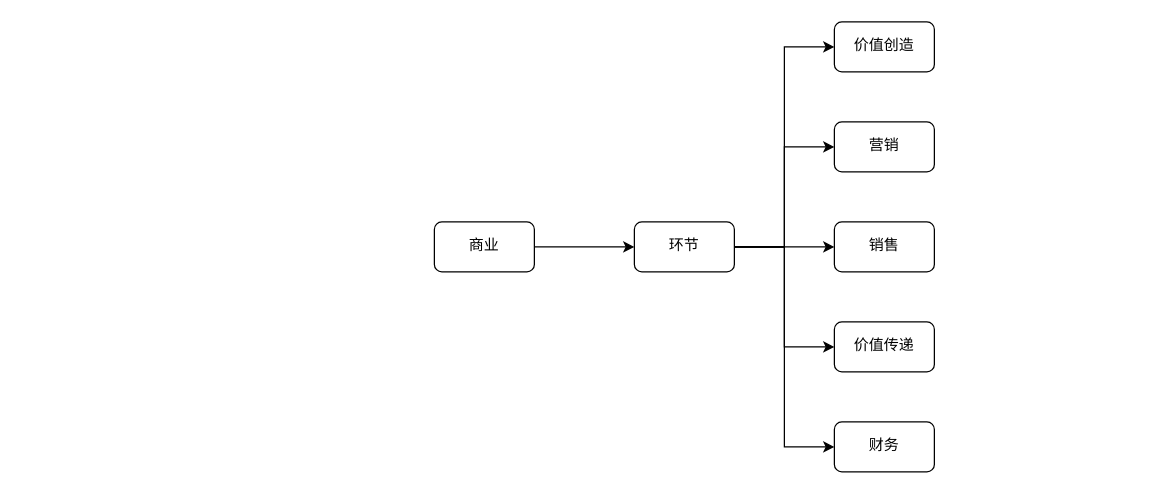
Earlier version of the draw.io diagram business.drawio (youyusan/AI_prompt). Source tidied: cells renumbered, new cells numbered last; positions are measured from the earlier drawing's top-left corner, leaving out a move shared by most shapes. Both pictures are drawn from the tidied source at 125%, with x=0, y=0 at pixel (434, 21).
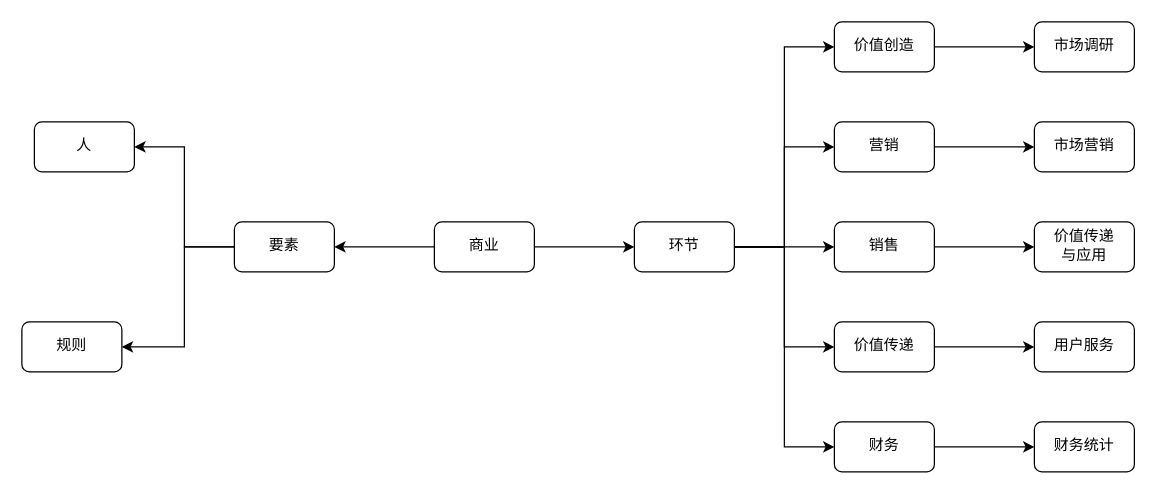
Above is the later version.

The change refers to these unchanged cells:
```xml
<mxCell id="3" value="商业" style="rounded=1;whiteSpace=wrap;html=1;hachureGap=4;fontFamily=Architects Daughter;" parent="1" vertex="1">
  <mxGeometry y="160" width="80" height="40" as="geometry" />
</mxCell>
<mxCell id="10" value="销售" style="rounded=1;whiteSpace=wrap;html=1;hachureGap=4;fontFamily=Architects Daughter;" parent="1" vertex="1">
  <mxGeometry x="320" y="160" width="80" height="40" as="geometry" />
</mxCell>
<mxCell id="11" value="营销" style="rounded=1;whiteSpace=wrap;html=1;hachureGap=4;fontFamily=Architects Daughter;" parent="1" vertex="1">
  <mxGeometry x="320" y="80" width="80" height="40" as="geometry" />
</mxCell>
<mxCell id="12" value="价值创造" style="rounded=1;whiteSpace=wrap;html=1;hachureGap=4;fontFamily=Architects Daughter;" parent="1" vertex="1">
  <mxGeometry x="320" width="80" height="40" as="geometry" />
</mxCell>
<mxCell id="13" value="价值传递" style="rounded=1;whiteSpace=wrap;html=1;hachureGap=4;fontFamily=Architects Daughter;" parent="1" vertex="1">
  <mxGeometry x="320" y="240" width="80" height="40" as="geometry" />
</mxCell>
<mxCell id="14" value="财务" style="rounded=1;whiteSpace=wrap;html=1;hachureGap=4;fontFamily=Architects Daughter;" parent="1" vertex="1">
  <mxGeometry x="320" y="320" width="80" height="40" as="geometry" />
</mxCell>
```

What changed in the source:
```diff
@@
+    <mxCell id="15" style="edgeStyle=orthogonalEdgeStyle;shape=connector;rounded=0;hachureGap=4;jettySize=auto;html=1;strokeColor=default;align=center;verticalAlign=middle;fontFamily=Architects Daughter;fontSize=11;fontColor=default;labelBackgroundColor=default;endArrow=classic;" parent="1" edge="1" source="3" target="28">
+      <mxGeometry relative="1" as="geometry" />
+    </mxCell>
@@
+    <mxCell id="16" style="edgeStyle=orthogonalEdgeStyle;shape=connector;rounded=0;hachureGap=4;jettySize=auto;html=1;strokeColor=default;align=center;verticalAlign=middle;fontFamily=Architects Daughter;fontSize=11;fontColor=default;labelBackgroundColor=default;endArrow=classic;" parent="1" edge="1" source="10" target="23">
+      <mxGeometry relative="1" as="geometry" />
+    </mxCell>
@@
+    <mxCell id="17" style="edgeStyle=orthogonalEdgeStyle;shape=connector;rounded=0;hachureGap=4;jettySize=auto;html=1;strokeColor=default;align=center;verticalAlign=middle;fontFamily=Architects Daughter;fontSize=11;fontColor=default;labelBackgroundColor=default;endArrow=classic;" parent="1" edge="1" source="11" target="22">
+      <mxGeometry relative="1" as="geometry" />
+    </mxCell>
@@
+    <mxCell id="18" style="edgeStyle=orthogonalEdgeStyle;shape=connector;rounded=0;hachureGap=4;jettySize=auto;html=1;strokeColor=default;align=center;verticalAlign=middle;fontFamily=Architects Daughter;fontSize=11;fontColor=default;labelBackgroundColor=default;endArrow=classic;" parent="1" edge="1" source="12" target="21">
+      <mxGeometry relative="1" as="geometry" />
+    </mxCell>
@@
+    <mxCell id="19" style="edgeStyle=orthogonalEdgeStyle;shape=connector;rounded=0;hachureGap=4;jettySize=auto;html=1;strokeColor=default;align=center;verticalAlign=middle;fontFamily=Architects Daughter;fontSize=11;fontColor=default;labelBackgroundColor=default;endArrow=classic;" parent="1" edge="1" source="13" target="24">
+      <mxGeometry relative="1" as="geometry" />
+    </mxCell>
@@
+    <mxCell id="20" style="edgeStyle=orthogonalEdgeStyle;shape=connector;rounded=0;hachureGap=4;jettySize=auto;html=1;strokeColor=default;align=center;verticalAlign=middle;fontFamily=Architects Daughter;fontSize=11;fontColor=default;labelBackgroundColor=default;endArrow=classic;" parent="1" edge="1" source="14" target="25">
+      <mxGeometry relative="1" as="geometry" />
+    </mxCell>
@@
+    <mxCell id="21" value="市场调研" style="rounded=1;whiteSpace=wrap;html=1;hachureGap=4;fontFamily=Architects Daughter;" parent="1" vertex="1">
+      <mxGeometry x="480" width="80" height="40" as="geometry" />
+    </mxCell>
+    <mxCell id="22" value="市场营销" style="rounded=1;whiteSpace=wrap;html=1;hachureGap=4;fontFamily=Architects Daughter;" parent="1" vertex="1">
+      <mxGeometry x="480" y="80" width="80" height="40" as="geometry" />
+    </mxCell>
+    <mxCell id="23" value="价值传递&lt;br&gt;与应用" style="rounded=1;whiteSpace=wrap;html=1;hachureGap=4;fontFamily=Architects Daughter;" parent="1" vertex="1">
+      <mxGeometry x="480" y="160" width="80" height="40" as="geometry" />
+    </mxCell>
+    <mxCell id="24" value="用户服务" style="rounded=1;whiteSpace=wrap;html=1;hachureGap=4;fontFamily=Architects Daughter;" parent="1" vertex="1">
+      <mxGeometry x="480" y="240" width="80" height="40" as="geometry" />
+    </mxCell>
+    <mxCell id="25" value="财务统计" style="rounded=1;whiteSpace=wrap;html=1;hachureGap=4;fontFamily=Architects Daughter;" parent="1" vertex="1">
+      <mxGeometry x="480" y="320" width="80" height="40" as="geometry" />
+    </mxCell>
+    <mxCell id="26" style="edgeStyle=orthogonalEdgeStyle;shape=connector;rounded=0;hachureGap=4;jettySize=auto;html=1;strokeColor=default;align=center;verticalAlign=middle;fontFamily=Architects Daughter;fontSize=11;fontColor=default;labelBackgroundColor=default;endArrow=classic;" parent="1" edge="1" source="28" target="29">
+      <mxGeometry relative="1" as="geometry">
+        <Array as="points">
+          <mxPoint x="-200" y="180" />
+        </Array>
+      </mxGeometry>
+    </mxCell>
+    <mxCell id="27" style="edgeStyle=orthogonalEdgeStyle;shape=connector;rounded=0;hachureGap=4;jettySize=auto;html=1;strokeColor=default;align=center;verticalAlign=middle;fontFamily=Architects Daughter;fontSize=11;fontColor=default;labelBackgroundColor=default;endArrow=classic;" parent="1" edge="1" source="28" target="30">
+      <mxGeometry relative="1" as="geometry">
+        <Array as="points">
+          <mxPoint x="-200" y="180" />
+          <mxPoint x="-200" y="260" />
+        </Array>
+      </mxGeometry>
+    </mxCell>
+    <mxCell id="28" value="要素" style="rounded=1;whiteSpace=wrap;html=1;hachureGap=4;fontFamily=Architects Daughter;" parent="1" vertex="1">
+      <mxGeometry x="-160" y="160" width="80" height="40" as="geometry" />
+    </mxCell>
+    <mxCell id="29" value="人" style="rounded=1;whiteSpace=wrap;html=1;hachureGap=4;fontFamily=Architects Daughter;" parent="1" vertex="1">
+      <mxGeometry x="-320" y="80" width="80" height="40" as="geometry" />
+    </mxCell>
+    <mxCell id="30" value="规则" style="rounded=1;whiteSpace=wrap;html=1;hachureGap=4;fontFamily=Architects Daughter;" parent="1" vertex="1">
+      <mxGeometry x="-330" y="240" width="80" height="40" as="geometry" />
+    </mxCell>
```
